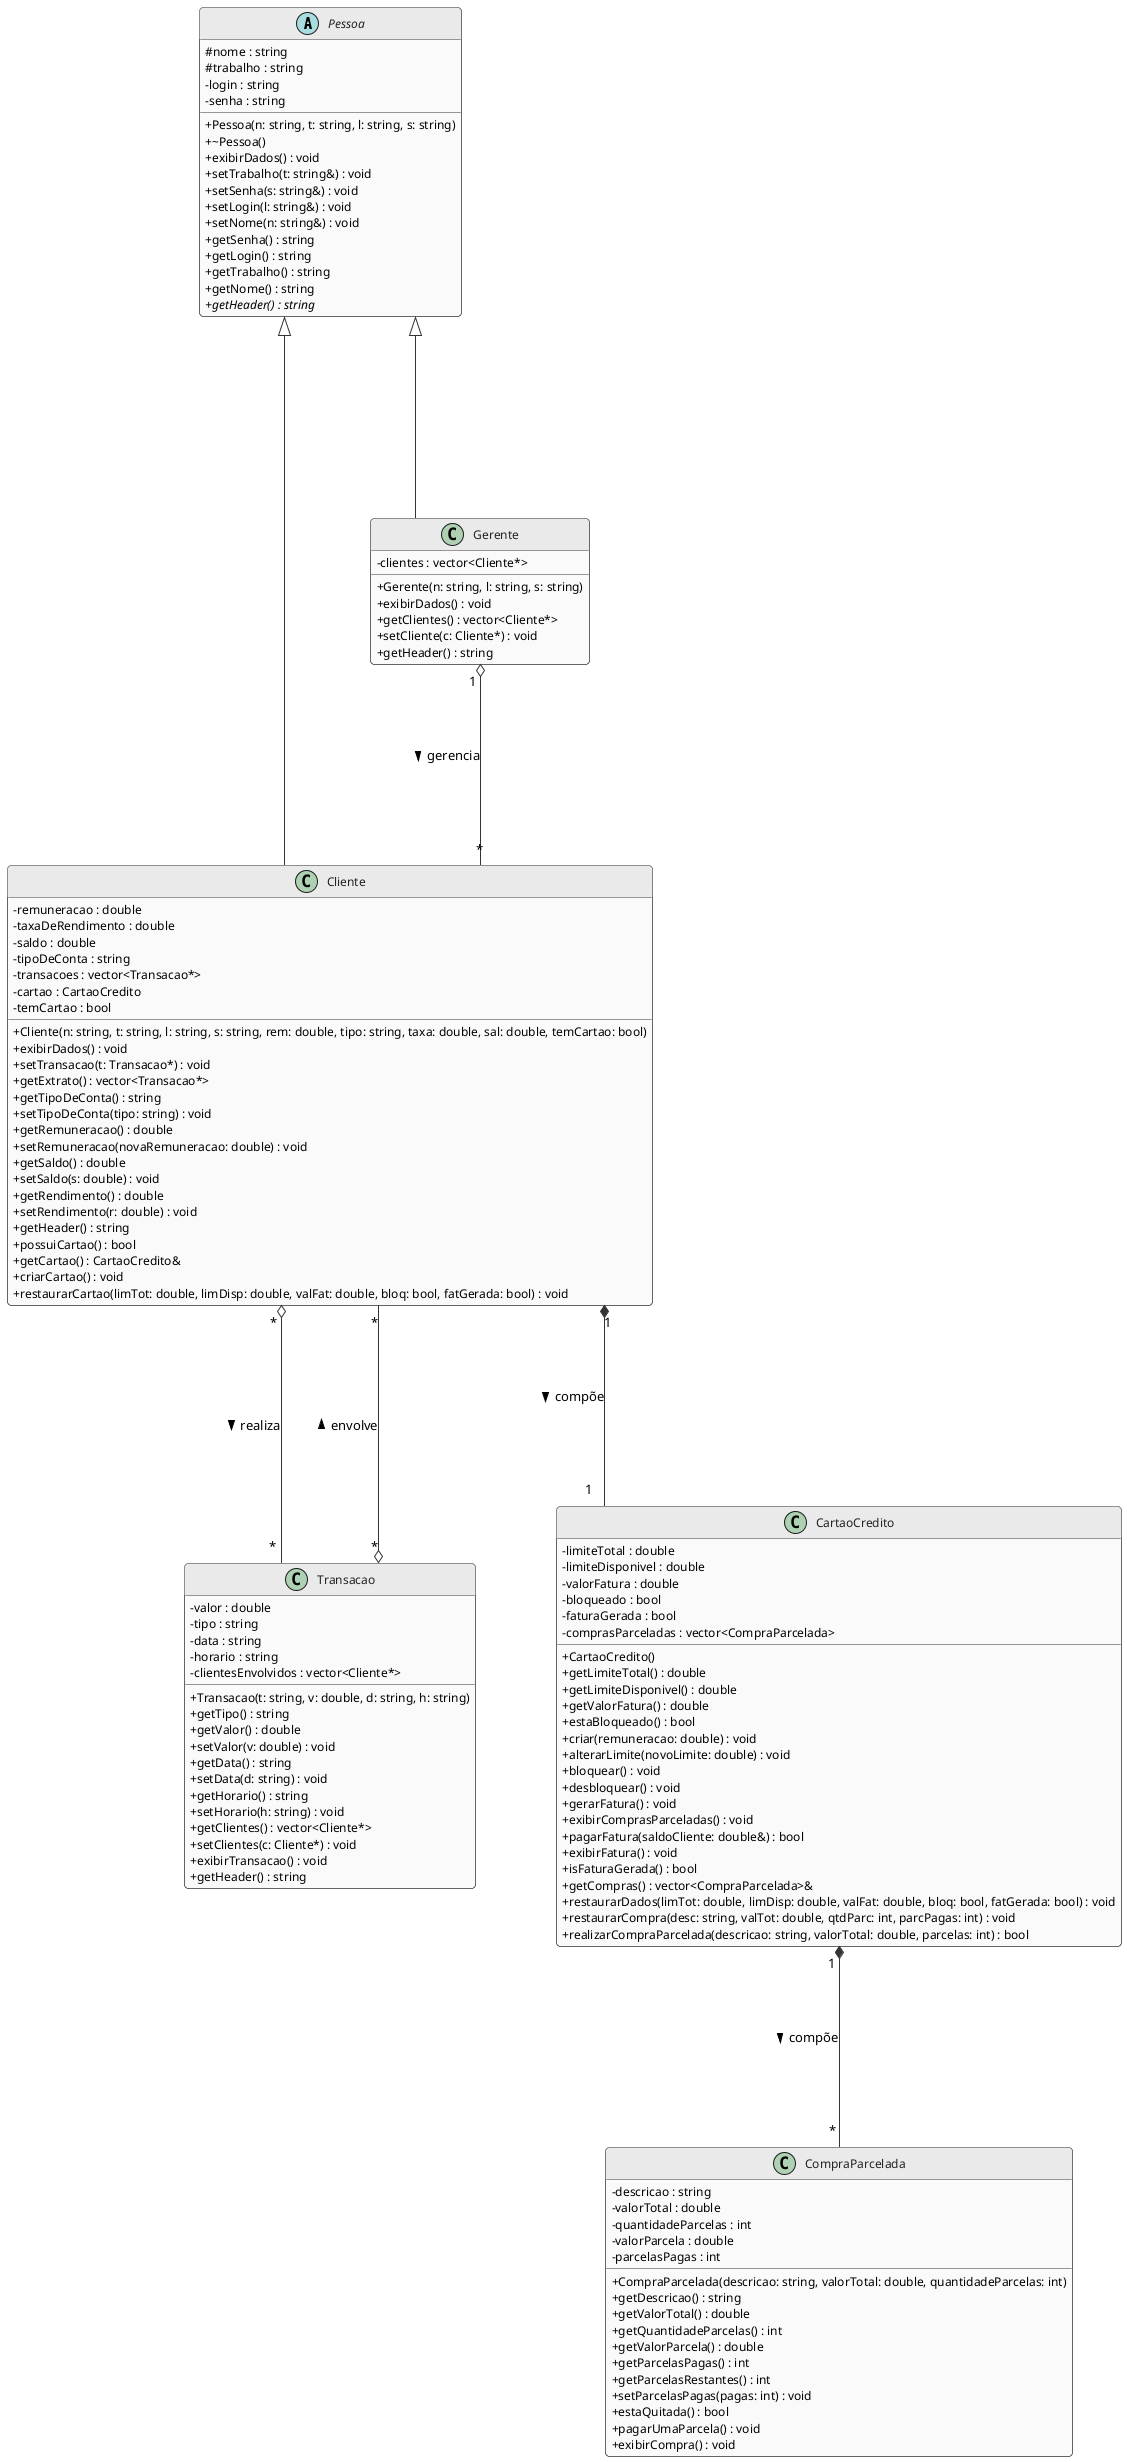
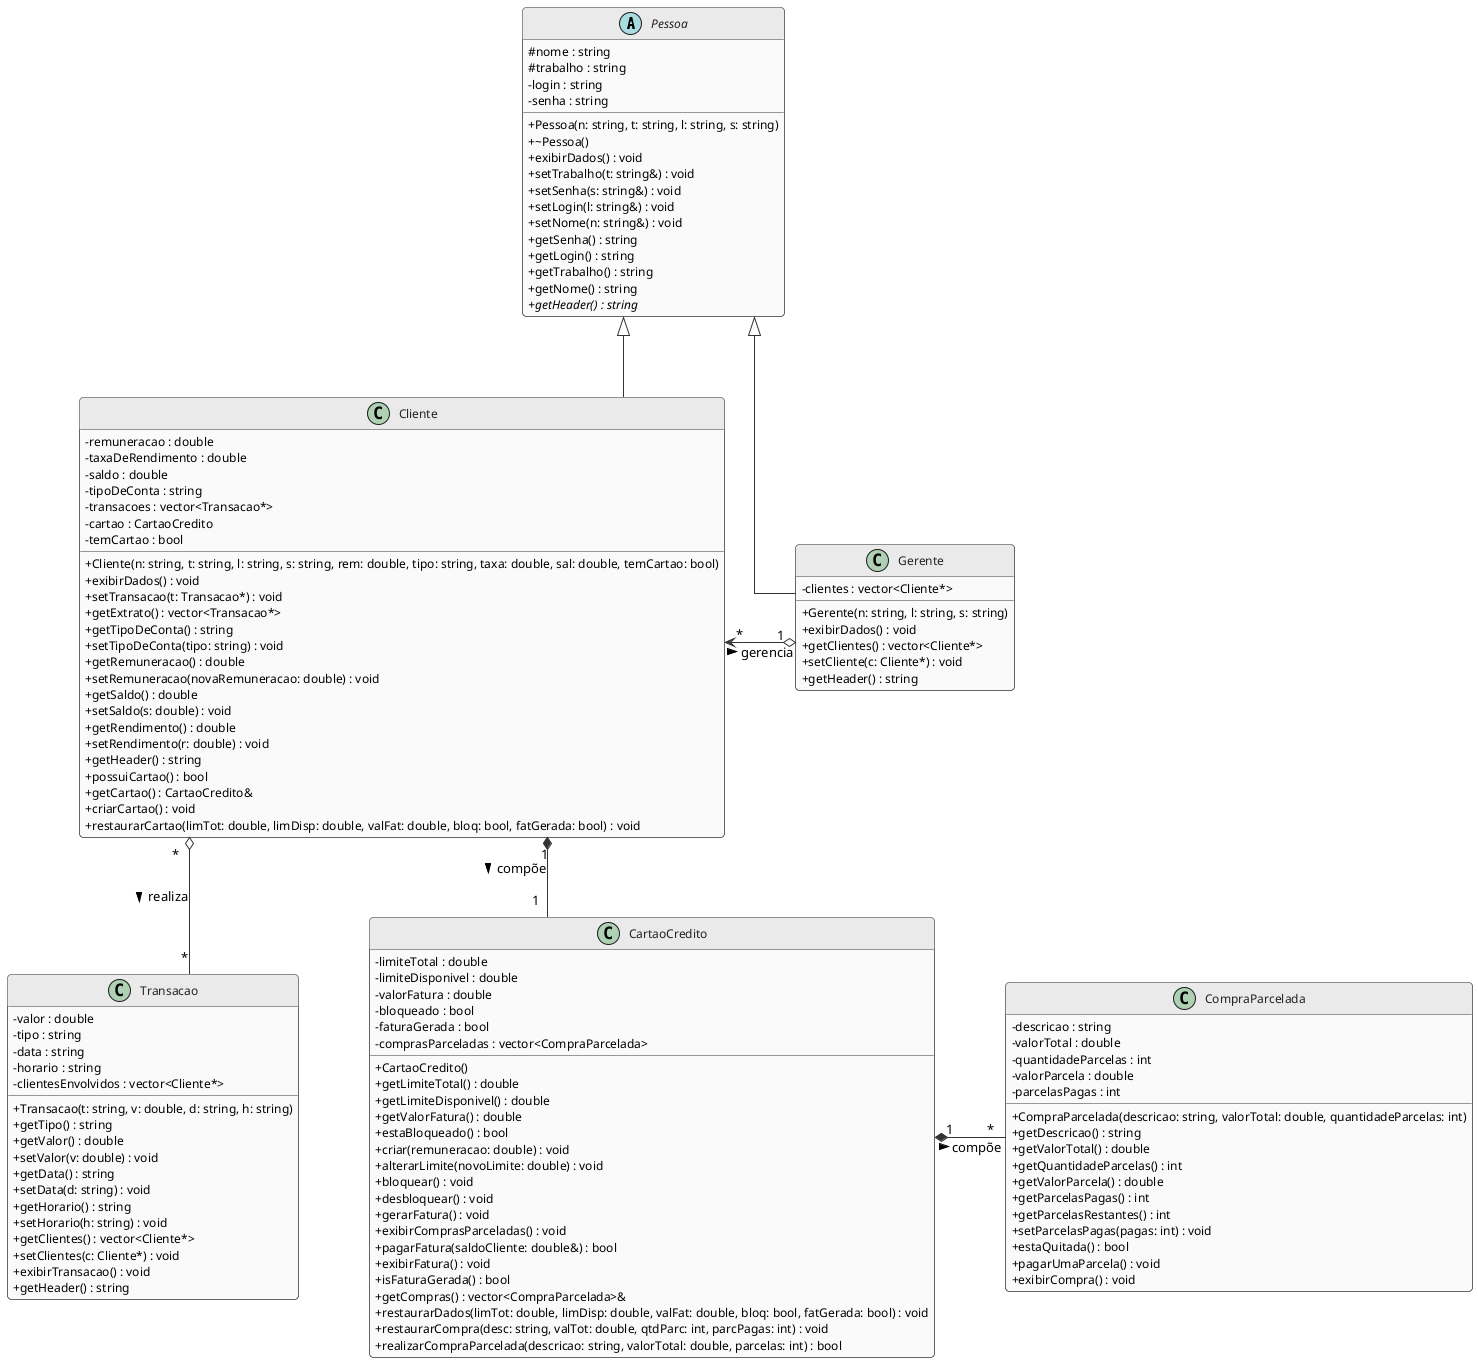
@startuml UML
- ' --- CONFIGURAÇÕES DE ESTILO MELHORADAS ---
+ ' --- CONFIGURAÇÕES DE ESTILO ---
skinparam shadowing false
skinparam roundcorner 8
skinparam defaultFontName Helvetica
skinparam classAttributeIconSize 0

- ' Evita sobreposição forçando linhas ortogonais (ângulos de 90 graus)
+ ' Mantém linhas retas
skinparam linetype ortho

- ' Aumentando o espaçamento
- skinparam nodesep 80
- skinparam ranksep 100
+ ' Espaçamentos ajustados para acomodar os multiplicadores
+ skinparam nodesep 70
+ skinparam ranksep 80

skinparam class {
    BackgroundColor #FAFAFA
    BorderColor #333333
    HeaderBackgroundColor #EAEAEA
    ArrowColor #333333
    FontColor #222222
    FontSize 13
    AttributeFontSize 12
}

skinparam abstract {
    BackgroundColor #F0F0F0
    BorderColor #333333
    HeaderBackgroundColor #DEDEDE
}
' --------------------------------

abstract class Pessoa {
  # nome : string
  # trabalho : string
  - login : string
  - senha : string
  + Pessoa(n: string, t: string, l: string, s: string)
  + ~Pessoa()
  + exibirDados() : void
  + setTrabalho(t: string&) : void
  + setSenha(s: string&) : void
  + setLogin(l: string&) : void
  + setNome(n: string&) : void
  + getSenha() : string
  + getLogin() : string
  + getTrabalho() : string
  + getNome() : string
  + {abstract} getHeader() : string
}

class Cliente {
  - remuneracao : double
  - taxaDeRendimento : double
  - saldo : double
  - tipoDeConta : string
  - transacoes : vector<Transacao*>
  - cartao : CartaoCredito
  - temCartao : bool
  + Cliente(n: string, t: string, l: string, s: string, rem: double, tipo: string, taxa: double, sal: double, temCartao: bool)
  + exibirDados() : void
  + setTransacao(t: Transacao*) : void
  + getExtrato() : vector<Transacao*>
  + getTipoDeConta() : string
  + setTipoDeConta(tipo: string) : void
  + getRemuneracao() : double
  + setRemuneracao(novaRemuneracao: double) : void
  + getSaldo() : double
  + setSaldo(s: double) : void
  + getRendimento() : double
  + setRendimento(r: double) : void
  + getHeader() : string
  + possuiCartao() : bool
  + getCartao() : CartaoCredito&
  + criarCartao() : void
  + restaurarCartao(limTot: double, limDisp: double, valFat: double, bloq: bool, fatGerada: bool) : void
}

class Gerente {
  - clientes : vector<Cliente*>
  + Gerente(n: string, l: string, s: string)
  + exibirDados() : void
  + getClientes() : vector<Cliente*>
  + setCliente(c: Cliente*) : void
  + getHeader() : string
}

class Transacao {
  - valor : double
  - tipo : string
  - data : string
  - horario : string
  - clientesEnvolvidos : vector<Cliente*>
  + Transacao(t: string, v: double, d: string, h: string)
  + getTipo() : string
  + getValor() : double
  + setValor(v: double) : void
  + getData() : string
  + setData(d: string) : void
  + getHorario() : string
  + setHorario(h: string) : void
  + getClientes() : vector<Cliente*>
  + setClientes(c: Cliente*) : void
  + exibirTransacao() : void
  + getHeader() : string
}

class CompraParcelada {
  - descricao : string
  - valorTotal : double
  - quantidadeParcelas : int
  - valorParcela : double
  - parcelasPagas : int
  + CompraParcelada(descricao: string, valorTotal: double, quantidadeParcelas: int)
  + getDescricao() : string
  + getValorTotal() : double
  + getQuantidadeParcelas() : int
  + getValorParcela() : double
  + getParcelasPagas() : int
  + getParcelasRestantes() : int
  + setParcelasPagas(pagas: int) : void
  + estaQuitada() : bool
  + pagarUmaParcela() : void
  + exibirCompra() : void
}

class CartaoCredito {
  - limiteTotal : double
  - limiteDisponivel : double
  - valorFatura : double
  - bloqueado : bool
  - faturaGerada : bool
  - comprasParceladas : vector<CompraParcelada>
  + CartaoCredito()
  + getLimiteTotal() : double
  + getLimiteDisponivel() : double
  + getValorFatura() : double
  + estaBloqueado() : bool
  + criar(remuneracao: double) : void
  + alterarLimite(novoLimite: double) : void
  + bloquear() : void
  + desbloquear() : void
  + gerarFatura() : void
  + exibirComprasParceladas() : void
  + pagarFatura(saldoCliente: double&) : bool
  + exibirFatura() : void
  + isFaturaGerada() : bool
  + getCompras() : vector<CompraParcelada>&
  + restaurarDados(limTot: double, limDisp: double, valFat: double, bloq: bool, fatGerada: bool) : void
  + restaurarCompra(desc: string, valTot: double, qtdParc: int, parcPagas: int) : void
  + realizarCompraParcelada(descricao: string, valorTotal: double, parcelas: int) : bool
}

- ' Relacionamentos UML com espaços nos multiplicadores para afastar o texto
- Pessoa <|--- Cliente
- Pessoa <|--- Gerente
+ ' ==========================================
+ ' RELACIONAMENTOS MAPEADOS CONFORME O ESBOÇO
+ ' ==========================================

- Gerente " 1 " o--- " * " Cliente : gerencia >
+ ' Pessoa no topo
+ Pessoa <|-down- Cliente
+ Pessoa <|-down- Gerente

- Cliente " 1 " *--- " 1 " CartaoCredito : compõe >
- CartaoCredito " 1 " *--- " * " CompraParcelada : compõe >
+ ' Gerente posicionado à direita do Cliente
+ Cliente " * " <-right-o " 1 " Gerente : gerencia >

- Cliente " * " o--- " * " Transacao : realiza >
- Transacao " * " o--- " * " Cliente : envolve >
+ ' Cliente apontando para baixo para Transacao e Cartão
+ Cliente " * " o-down- " * " Transacao : realiza >
+ Cliente " 1 " *-down- " 1 " CartaoCredito : compõe >
+ 
+ ' FORÇA A ORDEM HORIZONTAL NA BASE: Transacao (1º) -> CartaoCredito (2º)
+ Transacao -[hidden]right- CartaoCredito
+ 
+ ' CompraParcelada (3º) à direita do Cartão
+ CartaoCredito " 1 " *-right- " * " CompraParcelada : compõe >

@enduml